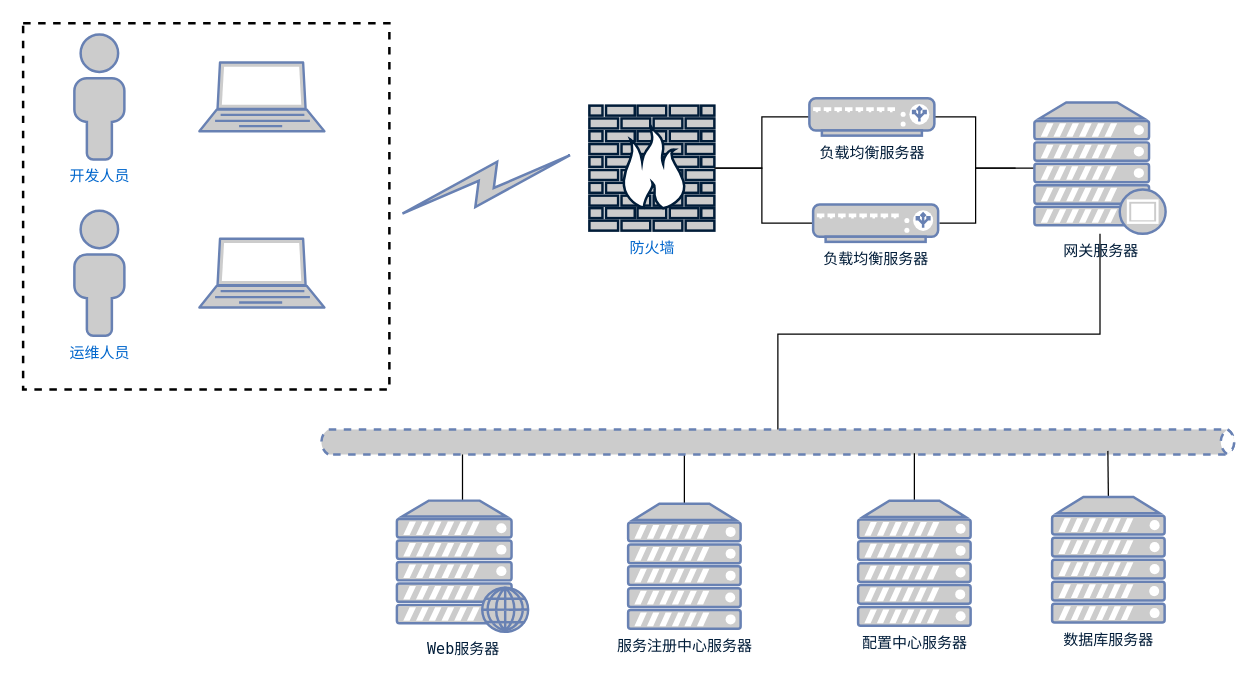
Before: page "network" (12 of 12) of Untitled Diagram.drawio in WWj5921/ConfigCenter, a draw.io diagram. Source tidied: cells renumbered, new cells numbered last; positions are measured from the earlier drawing's top-left corner, leaving out a move shared by most shapes. Both pictures are drawn from the tidied source at 125%, with x=0, y=0 at pixel (22, 22).
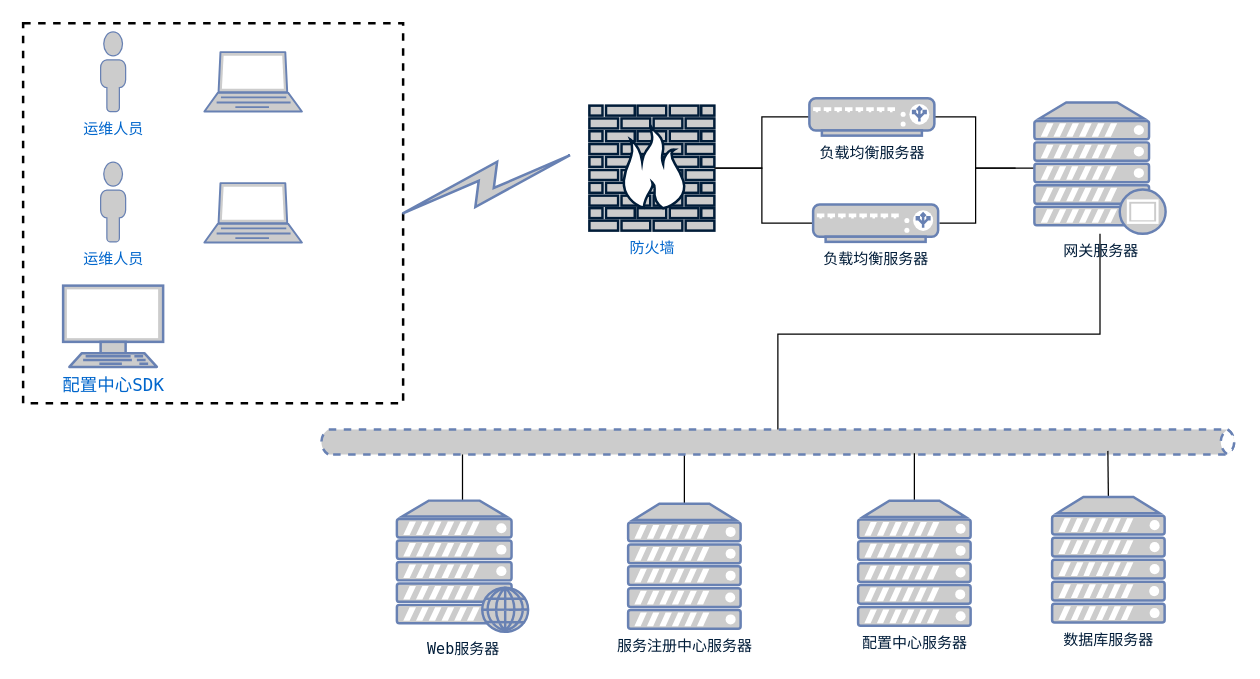
After the change.

The edit, as a diff of the source:
```diff
@@
     <mxCell id="2" style="whiteSpace=wrap;html=1;rounded=0;fontFamily=Lucida Console;fontColor=#001C38;strokeWidth=2;fillColor=default;gradientColor=none;gradientDirection=north;dashed=1;" parent="1" vertex="1">
-      <mxGeometry width="293" height="293" as="geometry" />
+      <mxGeometry width="304" height="304" as="geometry" />
     </mxCell>
@@
-    <mxCell id="12" value="开发人员" style="fontColor=#0066CC;verticalAlign=top;verticalLabelPosition=bottom;labelPosition=center;align=center;html=1;fillColor=#CCCCCC;strokeColor=#6881B3;gradientColor=none;gradientDirection=north;strokeWidth=2;shape=mxgraph.networks.user_male;rounded=0;fontFamily=Lucida Console;" parent="1" vertex="1">
-      <mxGeometry x="41" y="9" width="40" height="100" as="geometry" />
-    </mxCell>
-    <mxCell id="13" value="运维人员" style="fontColor=#0066CC;verticalAlign=top;verticalLabelPosition=bottom;labelPosition=center;align=center;html=1;fillColor=#CCCCCC;strokeColor=#6881B3;gradientColor=none;gradientDirection=north;strokeWidth=2;shape=mxgraph.networks.user_male;rounded=0;fontFamily=Lucida Console;" parent="1" vertex="1">
-      <mxGeometry x="41" y="150" width="40" height="100" as="geometry" />
-    </mxCell>
     <mxCell id="14" style="fontColor=#0066CC;verticalAlign=top;verticalLabelPosition=bottom;labelPosition=center;align=center;html=1;fillColor=#CCCCCC;strokeColor=#6881B3;gradientColor=none;gradientDirection=north;strokeWidth=2;shape=mxgraph.networks.laptop;rounded=0;fontFamily=Lucida Console;" parent="1" vertex="1">
-      <mxGeometry x="141" y="31.5" width="100" height="55" as="geometry" />
+      <mxGeometry x="145" y="23.2" width="78" height="47.5" as="geometry" />
     </mxCell>
-    <mxCell id="15" style="fontColor=#0066CC;verticalAlign=top;verticalLabelPosition=bottom;labelPosition=center;align=center;html=1;fillColor=#CCCCCC;strokeColor=#6881B3;gradientColor=none;gradientDirection=north;strokeWidth=2;shape=mxgraph.networks.laptop;rounded=0;fontFamily=Lucida Console;" parent="1" vertex="1">
-      <mxGeometry x="141" y="172.5" width="100" height="55" as="geometry" />
-    </mxCell>
@@
+    <mxCell id="26" style="fontColor=#0066CC;verticalAlign=top;verticalLabelPosition=bottom;labelPosition=center;align=center;html=1;fillColor=#CCCCCC;strokeColor=#6881B3;gradientColor=none;gradientDirection=north;strokeWidth=2;shape=mxgraph.networks.laptop;rounded=0;fontFamily=Lucida Console;" parent="1" vertex="1">
+      <mxGeometry x="145" y="128" width="78" height="47.5" as="geometry" />
+    </mxCell>
+    <mxCell id="27" value="运维人员" style="fontColor=#0066CC;verticalAlign=top;verticalLabelPosition=bottom;labelPosition=center;align=center;html=1;fillColor=#CCCCCC;strokeColor=#6881B3;gradientColor=none;gradientDirection=north;strokeWidth=2;shape=mxgraph.networks.user_male;rounded=0;fontFamily=Lucida Console;" parent="1" vertex="1">
+      <mxGeometry x="62" y="111.2" width="20" height="63.8" as="geometry" />
+    </mxCell>
+    <mxCell id="28" value="配置中心SDK" style="fontColor=#0066CC;verticalAlign=top;verticalLabelPosition=bottom;labelPosition=center;align=center;html=1;fillColor=#CCCCCC;strokeColor=#6881B3;gradientColor=none;gradientDirection=north;strokeWidth=2;shape=mxgraph.networks.terminal;rounded=0;fontFamily=Lucida Console;fontSize=14;" parent="1" vertex="1">
+      <mxGeometry x="32" y="210" width="80" height="65" as="geometry" />
+    </mxCell>
+    <mxCell id="29" value="运维人员" style="fontColor=#0066CC;verticalAlign=top;verticalLabelPosition=bottom;labelPosition=center;align=center;html=1;fillColor=#CCCCCC;strokeColor=#6881B3;gradientColor=none;gradientDirection=north;strokeWidth=2;shape=mxgraph.networks.user_male;rounded=0;fontFamily=Lucida Console;" parent="1" vertex="1">
+      <mxGeometry x="62" y="7" width="20" height="63.8" as="geometry" />
+    </mxCell>
```
